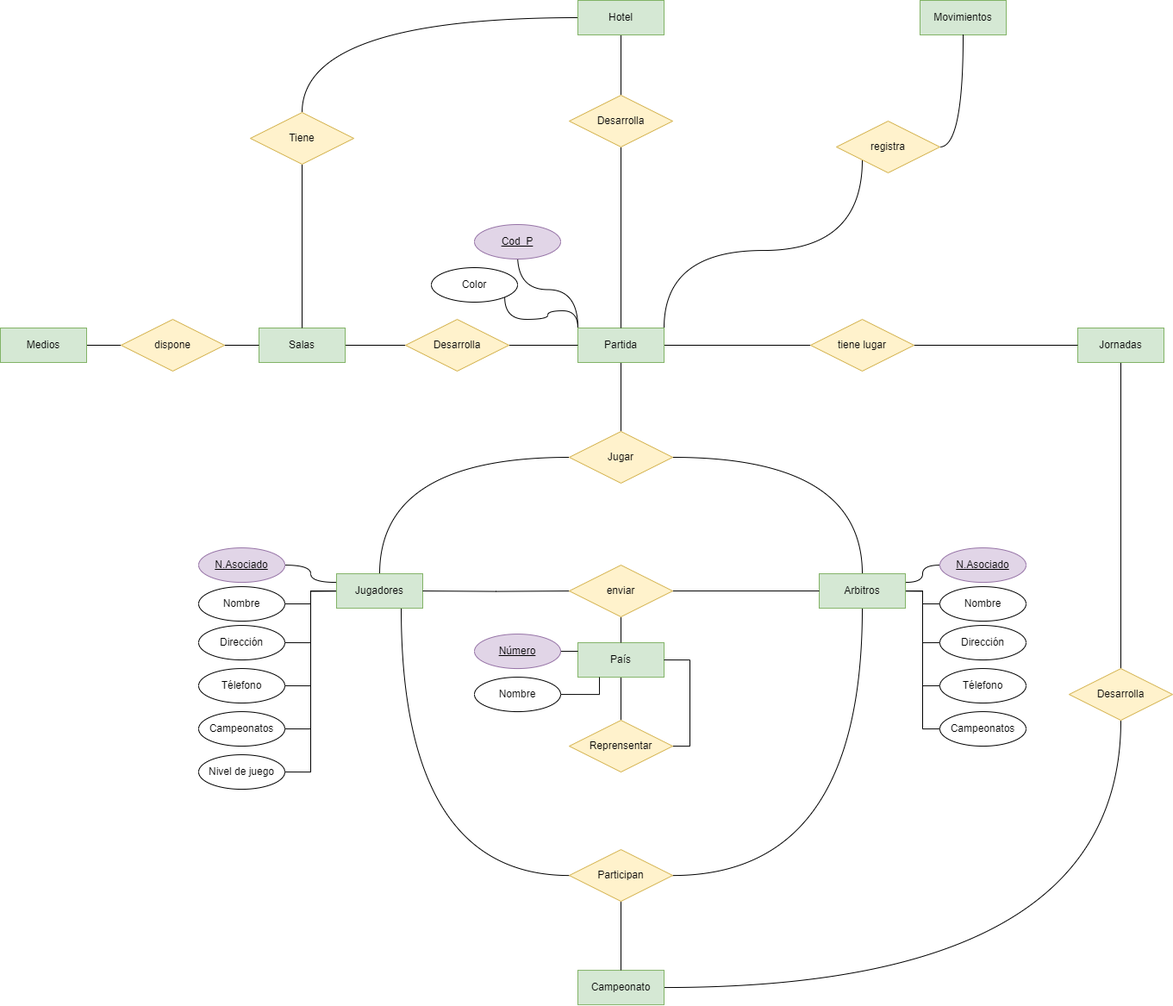
Above: Unidad-1/Tareas/Tarea-evaluable2/tarea_evaluable2.drawio.png in jdrguez/2-Daw (draw.io), before the change. Source tidied: cells renumbered, new cells last; positions are measured from the earlier drawing's top-left corner, leaving out a move shared by most shapes.
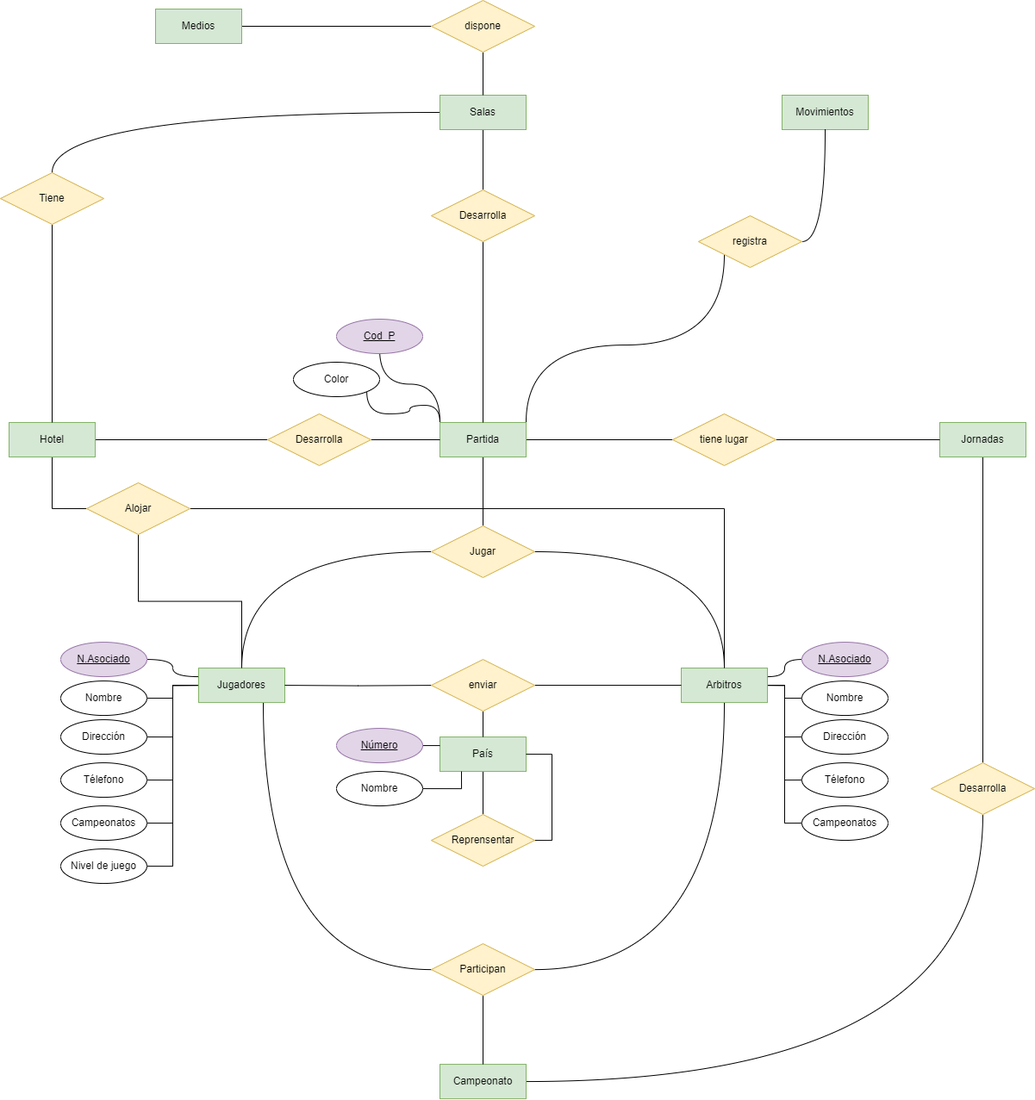
After the commit.

The edit, as a diff of the source:
```diff
@@ -70,7 +70,7 @@
     <mxCell id="23" style="edgeStyle=orthogonalEdgeStyle;rounded=0;jettySize=auto;html=1;exitX=0;exitY=0.5;exitDx=0;exitDy=0;entryX=0.5;entryY=0;entryDx=0;entryDy=0;curved=1;endArrow=none;endFill=0;" parent="1" edge="1" source="24" target="41">
       <mxGeometry relative="1" as="geometry" />
     </mxCell>
-    <mxCell id="24" value="Hotel" style="whiteSpace=wrap;html=1;align=center;fillColor=#d5e8d4;strokeColor=#82b366;" parent="1" vertex="1">
+    <mxCell id="24" value="Salas" style="whiteSpace=wrap;html=1;align=center;fillColor=#d5e8d4;strokeColor=#82b366;" parent="1" vertex="1">
       <mxGeometry x="670" width="100" height="40" as="geometry" />
     </mxCell>
     <mxCell id="25" style="edgeStyle=orthogonalEdgeStyle;rounded=0;jettySize=auto;html=1;exitX=0.5;exitY=1;exitDx=0;exitDy=0;endArrow=none;endFill=0;" parent="1" edge="1" source="26" target="7">
@@ -115,14 +115,17 @@
     <mxCell id="38" style="edgeStyle=orthogonalEdgeStyle;rounded=0;jettySize=auto;html=1;exitX=1;exitY=0.5;exitDx=0;exitDy=0;entryX=0;entryY=0.5;entryDx=0;entryDy=0;endArrow=none;endFill=0;" parent="1" edge="1" source="39" target="43">
       <mxGeometry relative="1" as="geometry" />
     </mxCell>
+    <mxCell id="78" style="edgeStyle=orthogonalEdgeStyle;rounded=0;jettySize=auto;html=1;exitX=0.5;exitY=1;exitDx=0;exitDy=0;entryX=0;entryY=0.5;entryDx=0;entryDy=0;endArrow=none;endFill=0;" parent="1" edge="1" source="39" target="82">
+      <mxGeometry relative="1" as="geometry" />
+    </mxCell>
-    <mxCell id="39" value="Salas" style="whiteSpace=wrap;html=1;align=center;fillColor=#d5e8d4;strokeColor=#82b366;" parent="1" vertex="1">
-      <mxGeometry x="300" y="380" width="100" height="40" as="geometry" />
+    <mxCell id="39" value="Hotel" style="whiteSpace=wrap;html=1;align=center;fillColor=#d5e8d4;strokeColor=#82b366;" parent="1" vertex="1">
+      <mxGeometry x="170" y="380" width="100" height="40" as="geometry" />
     </mxCell>
     <mxCell id="40" style="edgeStyle=orthogonalEdgeStyle;rounded=0;jettySize=auto;html=1;exitX=0.5;exitY=1;exitDx=0;exitDy=0;entryX=0.5;entryY=0;entryDx=0;entryDy=0;endArrow=none;endFill=0;" parent="1" edge="1" source="41" target="39">
       <mxGeometry relative="1" as="geometry" />
     </mxCell>
     <mxCell id="41" value="Tiene" style="shape=rhombus;perimeter=rhombusPerimeter;whiteSpace=wrap;html=1;align=center;fillColor=#fff2cc;strokeColor=#d6b656;" parent="1" vertex="1">
-      <mxGeometry x="290" y="130" width="120" height="60" as="geometry" />
+      <mxGeometry x="160" y="90" width="120" height="60" as="geometry" />
     </mxCell>
     <mxCell id="42" style="edgeStyle=orthogonalEdgeStyle;rounded=0;jettySize=auto;html=1;exitX=1;exitY=0.5;exitDx=0;exitDy=0;entryX=0;entryY=0.5;entryDx=0;entryDy=0;endArrow=none;endFill=0;" parent="1" edge="1" source="43" target="7">
       <mxGeometry relative="1" as="geometry" />
@@ -134,13 +137,13 @@
       <mxGeometry relative="1" as="geometry" />
     </mxCell>
     <mxCell id="45" value="Medios" style="whiteSpace=wrap;html=1;align=center;fillColor=#d5e8d4;strokeColor=#82b366;" parent="1" vertex="1">
-      <mxGeometry y="380" width="100" height="40" as="geometry" />
+      <mxGeometry x="340" y="-100" width="100" height="40" as="geometry" />
     </mxCell>
-    <mxCell id="46" style="edgeStyle=orthogonalEdgeStyle;rounded=0;jettySize=auto;html=1;exitX=1;exitY=0.5;exitDx=0;exitDy=0;entryX=0;entryY=0.5;entryDx=0;entryDy=0;endArrow=none;endFill=0;" parent="1" edge="1" source="47" target="39">
-      <mxGeometry relative="1" as="geometry" />
-    </mxCell>
+    <mxCell id="79" style="edgeStyle=orthogonalEdgeStyle;rounded=0;jettySize=auto;html=1;exitX=0.5;exitY=1;exitDx=0;exitDy=0;entryX=0.5;entryY=0;entryDx=0;entryDy=0;endArrow=none;endFill=0;" parent="1" edge="1" source="47" target="24">
+      <mxGeometry relative="1" as="geometry" />
+    </mxCell>
     <mxCell id="47" value="dispone" style="shape=rhombus;perimeter=rhombusPerimeter;whiteSpace=wrap;html=1;align=center;fillColor=#fff2cc;strokeColor=#d6b656;" parent="1" vertex="1">
-      <mxGeometry x="140" y="370" width="120" height="60" as="geometry" />
+      <mxGeometry x="660" y="-110" width="120" height="60" as="geometry" />
     </mxCell>
     <mxCell id="48" style="edgeStyle=orthogonalEdgeStyle;rounded=0;jettySize=auto;html=1;exitX=0.5;exitY=1;exitDx=0;exitDy=0;entryX=0.5;entryY=0;entryDx=0;entryDy=0;endArrow=none;endFill=0;" parent="1" edge="1" source="49" target="55">
       <mxGeometry relative="1" as="geometry" />
@@ -234,5 +237,14 @@
     <mxCell id="77" value="Color" style="ellipse;whiteSpace=wrap;html=1;align=center;" parent="1" vertex="1">
       <mxGeometry x="500" y="310" width="100" height="40" as="geometry" />
     </mxCell>
+    <mxCell id="80" style="edgeStyle=orthogonalEdgeStyle;rounded=0;jettySize=auto;html=1;exitX=0.5;exitY=1;exitDx=0;exitDy=0;entryX=0.5;entryY=0;entryDx=0;entryDy=0;endArrow=none;endFill=0;" parent="1" edge="1" source="82" target="16">
+      <mxGeometry relative="1" as="geometry" />
+    </mxCell>
+    <mxCell id="81" style="edgeStyle=orthogonalEdgeStyle;rounded=0;jettySize=auto;html=1;exitX=1;exitY=0.5;exitDx=0;exitDy=0;entryX=0.5;entryY=0;entryDx=0;entryDy=0;endArrow=none;endFill=0;" parent="1" edge="1" source="82" target="21">
+      <mxGeometry relative="1" as="geometry" />
+    </mxCell>
+    <mxCell id="82" value="Alojar" style="shape=rhombus;perimeter=rhombusPerimeter;whiteSpace=wrap;html=1;align=center;fillColor=#fff2cc;strokeColor=#d6b656;" parent="1" vertex="1">
+      <mxGeometry x="260" y="450" width="120" height="60" as="geometry" />
+    </mxCell>
   </root>
 </mxGraphModel>
```
